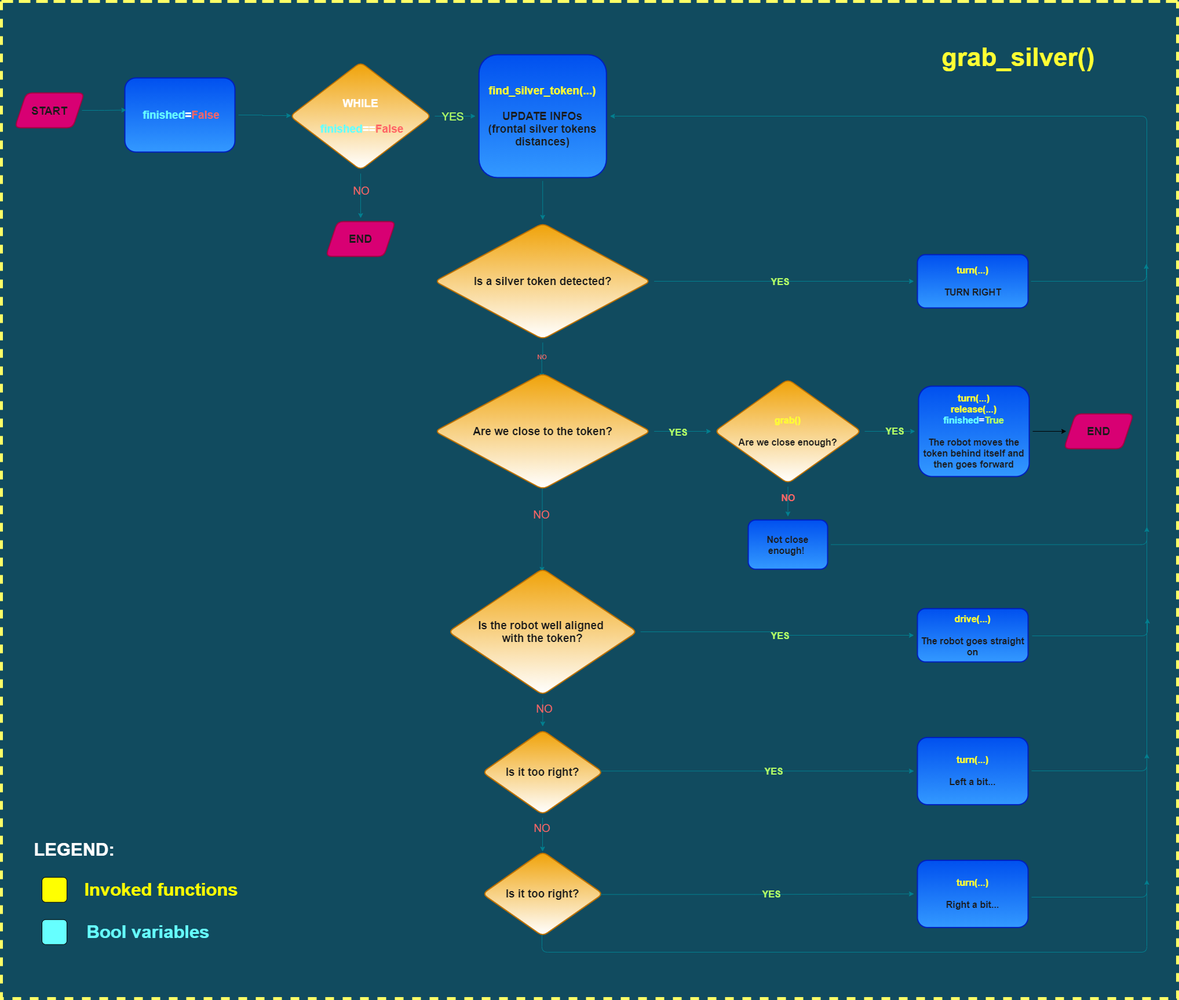
This is grab_silver_flowchart.png from PerriAlessandro/Automated-Robot-Navigation-with-Collision-Avoidance, a draw.io export, as it was before one commit. Source tidied: cells renumbered, new cells last; positions are measured from the earlier drawing's top-left corner, leaving out a move shared by most shapes.
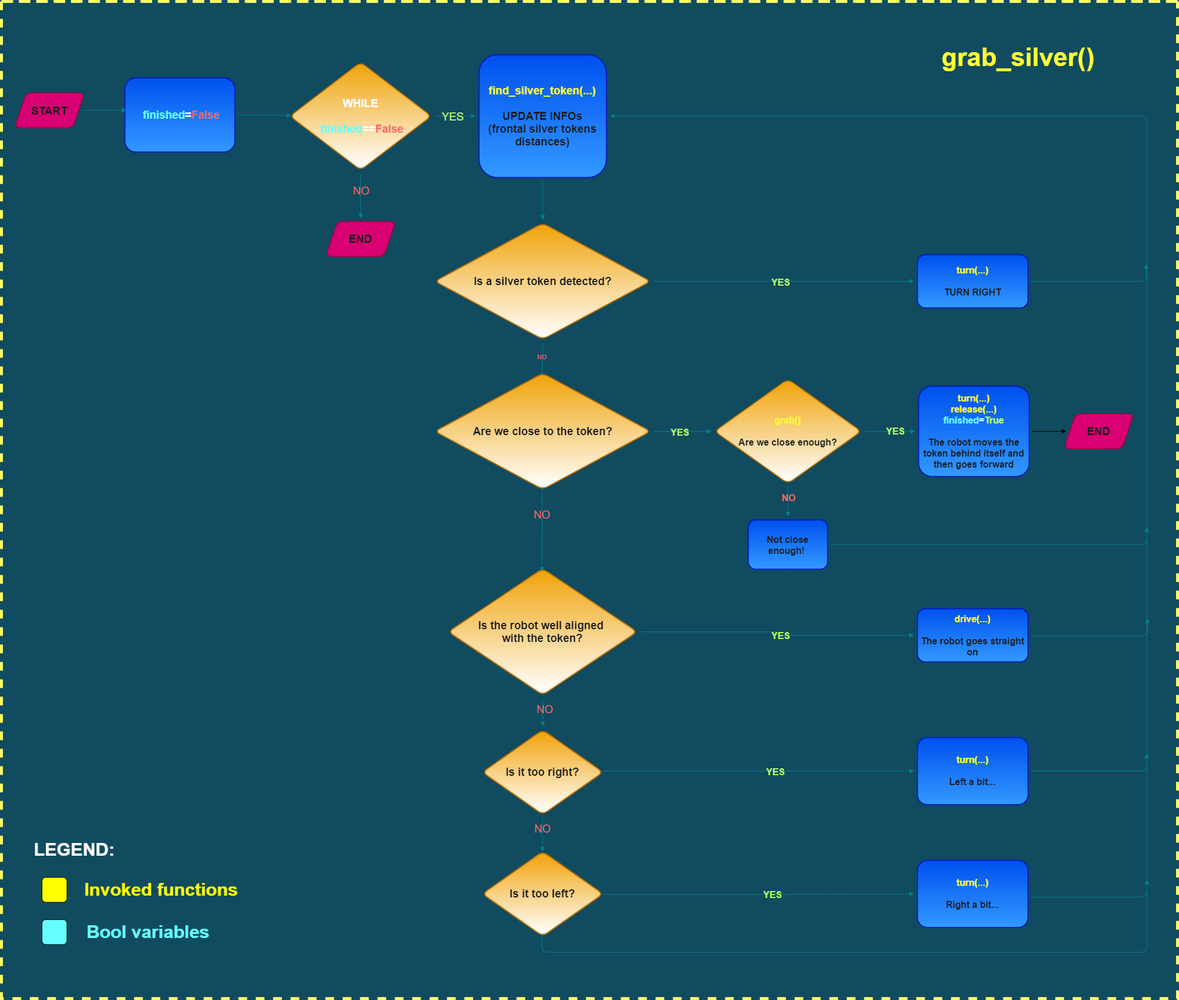
The same file after the commit.

Diff of the diagram source:
```diff
@@ -89,7 +89,7 @@
         </Array>
       </mxGeometry>
     </mxCell>
-    <mxCell id="27" value="Is it too right?" style="rhombus;whiteSpace=wrap;html=1;shadow=0;strokeWidth=2;glass=0;rounded=1;fillColor=#f0a30a;strokeColor=#BD7000;fontColor=#1A1A1A;fontFamily=Helvetica;gradientColor=#ffffff;fontStyle=1;labelBorderColor=none;labelBackgroundColor=none;perimeterSpacing=6;fontSize=19;" parent="1" vertex="1">
+    <mxCell id="27" value="Is it too left?" style="rhombus;whiteSpace=wrap;html=1;shadow=0;strokeWidth=2;glass=0;rounded=1;fillColor=#f0a30a;strokeColor=#BD7000;fontColor=#1A1A1A;fontFamily=Helvetica;gradientColor=#ffffff;fontStyle=1;labelBorderColor=none;labelBackgroundColor=none;perimeterSpacing=6;fontSize=19;" parent="1" vertex="1">
       <mxGeometry x="830.1" y="1467.4" width="208.2" height="146" as="geometry" />
     </mxCell>
     <mxCell id="28" value="&lt;span style=&quot;color: rgb(255, 255, 51); font-size: 16px;&quot;&gt;turn(...)&lt;/span&gt;&lt;br style=&quot;color: rgb(255, 255, 51); font-size: 16px;&quot;&gt;&lt;br style=&quot;font-size: 16px;&quot;&gt;Left a bit..." style="whiteSpace=wrap;html=1;rounded=1;fillColor=#0050ef;strokeColor=#001DBC;fontColor=#1A1A1A;fontFamily=Helvetica;labelBorderColor=none;shadow=0;gradientColor=#3399FF;fontStyle=1;perimeterSpacing=6;strokeWidth=2;fontSize=16;" parent="1" vertex="1">
```
